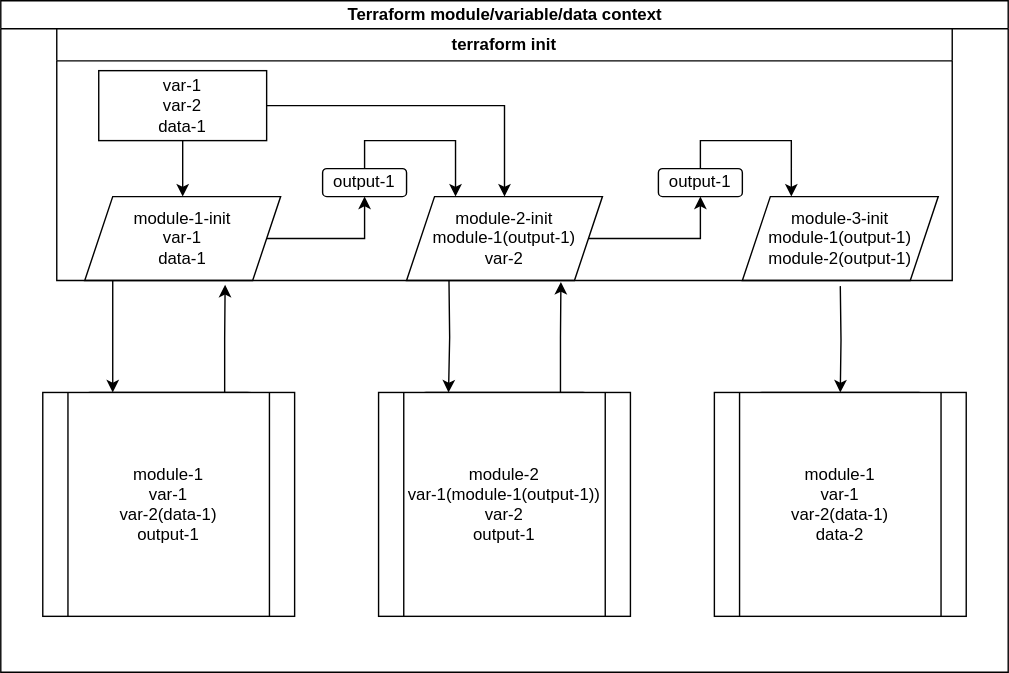
The draw.io diagram terraform-variable-context.svg in alismx/diagrams, before a commit. Source tidied: cells renumbered, new cells last; positions are measured from the earlier drawing's top-left corner, leaving out a move shared by most shapes.
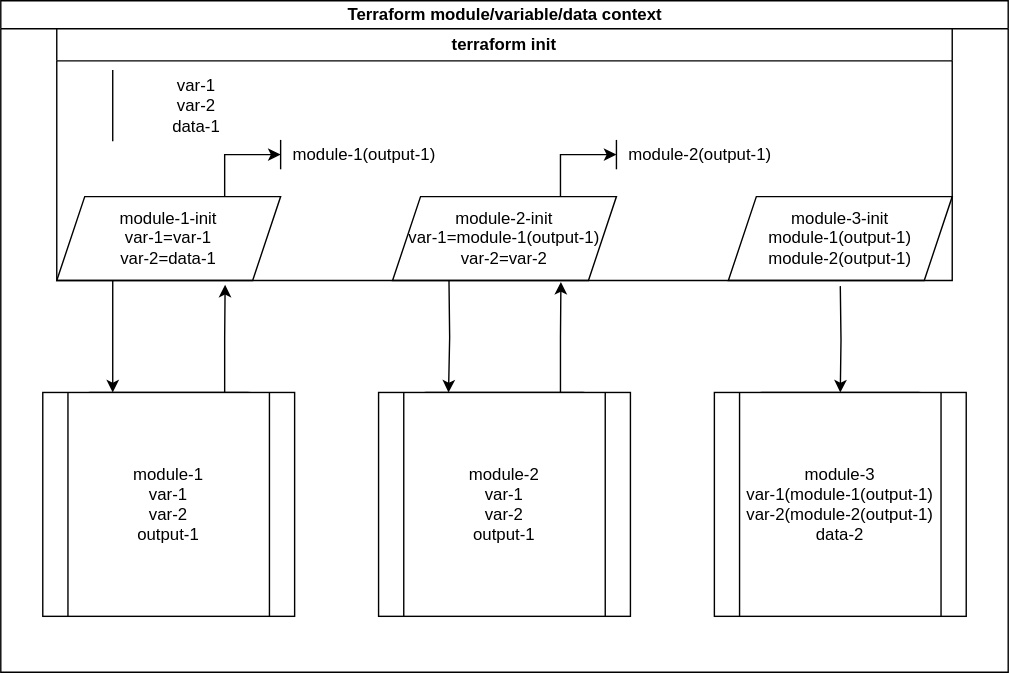
After the change.

Diff of the diagram source:
```diff
@@ -17,59 +17,42 @@
     <mxCell id="6" style="rounded=1;whiteSpace=wrap;html=1;" parent="2" vertex="1">
       <mxGeometry x="520" y="280" width="160" height="160" as="geometry" />
     </mxCell>
-    <mxCell id="7" style="edgeStyle=orthogonalEdgeStyle;rounded=0;jettySize=auto;html=1;entryX=0.5;entryY=1;entryDx=0;entryDy=0;" parent="2" edge="1" source="8" target="17">
-      <mxGeometry relative="1" as="geometry" />
-    </mxCell>
+    <mxCell id="28" style="edgeStyle=orthogonalEdgeStyle;rounded=0;jettySize=auto;html=1;exitX=0.75;exitY=0;exitDx=0;exitDy=0;entryX=0;entryY=0.5;entryDx=0;entryDy=0;" parent="2" edge="1" source="8" target="31">
+      <mxGeometry relative="1" as="geometry" />
+    </mxCell>
-    <mxCell id="8" value="&lt;div&gt;module-1-init&lt;/div&gt;&lt;div&gt;var-1&lt;/div&gt;&lt;div&gt;data-1&lt;br&gt;&lt;/div&gt;" style="shape=parallelogram;perimeter=parallelogramPerimeter;whiteSpace=wrap;html=1;fixedSize=1;" parent="2" vertex="1">
-      <mxGeometry x="60" y="140" width="140" height="60" as="geometry" />
+    <mxCell id="8" value="&lt;div&gt;module-1-init&lt;/div&gt;&lt;div&gt;var-1=var-1&lt;/div&gt;&lt;div&gt;var-2=data-1&lt;br&gt;&lt;/div&gt;" style="shape=parallelogram;perimeter=parallelogramPerimeter;whiteSpace=wrap;html=1;fixedSize=1;" parent="2" vertex="1">
+      <mxGeometry x="40" y="140" width="160" height="60" as="geometry" />
     </mxCell>
-    <mxCell id="9" style="edgeStyle=orthogonalEdgeStyle;rounded=0;jettySize=auto;html=1;exitX=1;exitY=0.5;exitDx=0;exitDy=0;" parent="2" edge="1" source="10">
-      <mxGeometry relative="1" as="geometry">
-        <mxPoint x="500" y="140" as="targetPoint" />
-        <Array as="points">
-          <mxPoint x="500" y="170" />
-        </Array>
-      </mxGeometry>
-    </mxCell>
+    <mxCell id="29" style="edgeStyle=orthogonalEdgeStyle;rounded=0;jettySize=auto;html=1;exitX=0.75;exitY=0;exitDx=0;exitDy=0;entryX=0;entryY=0.5;entryDx=0;entryDy=0;" parent="2" edge="1" source="10" target="30">
+      <mxGeometry relative="1" as="geometry" />
+    </mxCell>
-    <mxCell id="10" value="&lt;div&gt;module-2-init&lt;/div&gt;&lt;div&gt;module-1(output-1)&lt;/div&gt;&lt;div&gt;var-2&lt;/div&gt;" style="shape=parallelogram;perimeter=parallelogramPerimeter;whiteSpace=wrap;html=1;fixedSize=1;" parent="2" vertex="1">
-      <mxGeometry x="290" y="140" width="140" height="60" as="geometry" />
+    <mxCell id="10" value="&lt;div&gt;module-2-init&lt;/div&gt;&lt;div&gt;var-1=module-1(output-1)&lt;/div&gt;&lt;div&gt;var-2=var-2&lt;/div&gt;" style="shape=parallelogram;perimeter=parallelogramPerimeter;whiteSpace=wrap;html=1;fixedSize=1;" parent="2" vertex="1">
+      <mxGeometry x="280" y="140" width="160" height="60" as="geometry" />
     </mxCell>
-    <mxCell id="11" style="edgeStyle=orthogonalEdgeStyle;rounded=0;jettySize=auto;html=1;exitX=0.5;exitY=1;exitDx=0;exitDy=0;entryX=0.5;entryY=0;entryDx=0;entryDy=0;" parent="2" edge="1" source="22" target="8">
-      <mxGeometry relative="1" as="geometry" />
-    </mxCell>
-    <mxCell id="12" style="edgeStyle=orthogonalEdgeStyle;rounded=0;jettySize=auto;html=1;exitX=1;exitY=0.5;exitDx=0;exitDy=0;" parent="2" edge="1" source="22" target="10">
-      <mxGeometry relative="1" as="geometry" />
-    </mxCell>
-    <mxCell id="13" value="&lt;div&gt;&lt;div&gt;module-1&lt;/div&gt;&lt;div&gt;var-1&lt;/div&gt;&lt;/div&gt;&lt;div&gt;var-2(data-1)&lt;/div&gt;&lt;div&gt;output-1&lt;/div&gt;" style="shape=process;whiteSpace=wrap;html=1;backgroundOutline=1;" parent="2" vertex="1">
+    <mxCell id="13" value="&lt;div&gt;&lt;div&gt;module-1&lt;/div&gt;&lt;div&gt;var-1&lt;/div&gt;&lt;/div&gt;&lt;div&gt;var-2&lt;/div&gt;&lt;div&gt;output-1&lt;/div&gt;" style="shape=process;whiteSpace=wrap;html=1;backgroundOutline=1;" parent="2" vertex="1">
       <mxGeometry x="30" y="280" width="180" height="160" as="geometry" />
     </mxCell>
-    <mxCell id="14" value="&lt;div&gt;module-2&lt;/div&gt;&lt;div&gt;var-1(module-1(output-1))&lt;/div&gt;&lt;div&gt;var-2&lt;/div&gt;&lt;div&gt;output-1&lt;/div&gt;" style="shape=process;whiteSpace=wrap;html=1;backgroundOutline=1;" parent="2" vertex="1">
+    <mxCell id="14" value="&lt;div&gt;module-2&lt;/div&gt;&lt;div&gt;var-1&lt;/div&gt;&lt;div&gt;var-2&lt;/div&gt;&lt;div&gt;output-1&lt;/div&gt;" style="shape=process;whiteSpace=wrap;html=1;backgroundOutline=1;" parent="2" vertex="1">
       <mxGeometry x="270" y="280" width="180" height="160" as="geometry" />
     </mxCell>
-    <mxCell id="15" value="&lt;div&gt;module-1&lt;/div&gt;&lt;div&gt;var-1&lt;/div&gt;&lt;div&gt;var-2(data-1)&lt;br&gt;&lt;/div&gt;&lt;div&gt;data-2&lt;br&gt;&lt;/div&gt;" style="shape=process;whiteSpace=wrap;html=1;backgroundOutline=1;" parent="2" vertex="1">
+    <mxCell id="15" value="&lt;div&gt;module-3&lt;/div&gt;&lt;div&gt;var-1(module-1(output-1)&lt;/div&gt;&lt;div&gt;var-2(module-2(output-1)&lt;br&gt;&lt;/div&gt;&lt;div&gt;data-2&lt;br&gt;&lt;/div&gt;" style="shape=process;whiteSpace=wrap;html=1;backgroundOutline=1;" parent="2" vertex="1">
       <mxGeometry x="510" y="280" width="180" height="160" as="geometry" />
     </mxCell>
-    <mxCell id="16" style="edgeStyle=orthogonalEdgeStyle;rounded=0;jettySize=auto;html=1;exitX=0.5;exitY=0;exitDx=0;exitDy=0;entryX=0.25;entryY=0;entryDx=0;entryDy=0;" parent="2" edge="1" source="17" target="10">
-      <mxGeometry relative="1" as="geometry" />
-    </mxCell>
-    <mxCell id="17" value="output-1" style="rounded=1;whiteSpace=wrap;html=1;" parent="2" vertex="1">
-      <mxGeometry x="230" y="120" width="60" height="20" as="geometry" />
-    </mxCell>
-    <mxCell id="18" style="edgeStyle=orthogonalEdgeStyle;rounded=0;jettySize=auto;html=1;exitX=0.5;exitY=0;exitDx=0;exitDy=0;entryX=0.25;entryY=0;entryDx=0;entryDy=0;" parent="2" edge="1" source="19" target="20">
-      <mxGeometry relative="1" as="geometry" />
-    </mxCell>
-    <mxCell id="19" value="output-1" style="rounded=1;whiteSpace=wrap;html=1;" parent="2" vertex="1">
-      <mxGeometry x="470" y="120" width="60" height="20" as="geometry" />
-    </mxCell>
     <mxCell id="20" value="&lt;div&gt;module-3-init&lt;/div&gt;&lt;div&gt;module-1(output-1)&lt;/div&gt;&lt;div&gt;module-2(output-1)&lt;/div&gt;" style="shape=parallelogram;perimeter=parallelogramPerimeter;whiteSpace=wrap;html=1;fixedSize=1;" parent="2" vertex="1">
-      <mxGeometry x="530" y="140" width="140" height="60" as="geometry" />
+      <mxGeometry x="520" y="140" width="160" height="60" as="geometry" />
     </mxCell>
     <mxCell id="21" value="terraform init" style="swimlane;whiteSpace=wrap;html=1;" parent="2" vertex="1">
       <mxGeometry x="40" y="20" width="640" height="180" as="geometry" />
     </mxCell>
+    <mxCell id="30" value="&lt;div&gt;module-2(output-1)&lt;/div&gt;" style="shape=partialRectangle;whiteSpace=wrap;html=1;right=0;top=0;bottom=0;fillColor=none;routingCenterX=-0.5;" parent="21" vertex="1">
+      <mxGeometry x="400" y="80" width="120" height="20" as="geometry" />
+    </mxCell>
-    <mxCell id="22" value="&lt;div&gt;var-1&lt;/div&gt;&lt;div&gt;var-2&lt;/div&gt;&lt;div&gt;data-1&lt;br&gt;&lt;/div&gt;" style="rounded=0;whiteSpace=wrap;html=1;" parent="21" vertex="1">
-      <mxGeometry x="30" y="30" width="120" height="50" as="geometry" />
+    <mxCell id="22" value="&lt;div&gt;var-1&lt;/div&gt;&lt;div&gt;var-2&lt;/div&gt;&lt;div&gt;data-1&lt;br&gt;&lt;/div&gt;" style="shape=partialRectangle;whiteSpace=wrap;html=1;right=0;top=0;bottom=0;fillColor=none;routingCenterX=-0.5;" parent="21" vertex="1">
+      <mxGeometry x="40" y="30" width="120" height="50" as="geometry" />
     </mxCell>
+    <mxCell id="31" value="module-1(output-1)" style="shape=partialRectangle;whiteSpace=wrap;html=1;right=0;top=0;bottom=0;fillColor=none;routingCenterX=-0.5;" parent="21" vertex="1">
+      <mxGeometry x="160" y="80" width="120" height="20" as="geometry" />
+    </mxCell>
     <mxCell id="23" style="edgeStyle=orthogonalEdgeStyle;rounded=0;jettySize=auto;html=1;exitX=0.75;exitY=0;exitDx=0;exitDy=0;entryX=0.563;entryY=1.006;entryDx=0;entryDy=0;entryPerimeter=0;" parent="1" edge="1" source="5">
       <mxGeometry relative="1" as="geometry">
         <mxPoint x="400.3" y="201" as="targetPoint" />
```
